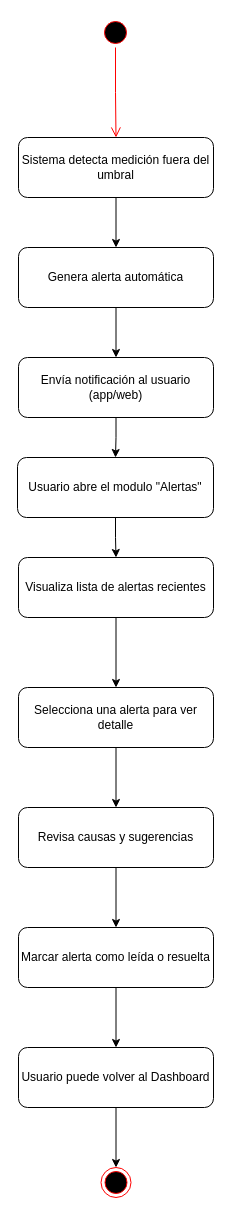
Before: Flujos de interaccion de usuario/Flujo de gestion de alertas.drawio in Juan-Cortes2045/Energy-Monitor-Documentation, a draw.io diagram. Source tidied: cells renumbered, new cells numbered last; positions are measured from the earlier drawing's top-left corner, leaving out a move shared by most shapes. Both pictures are drawn from the tidied source at 100%, with x=0, y=0 at pixel (17, 17).
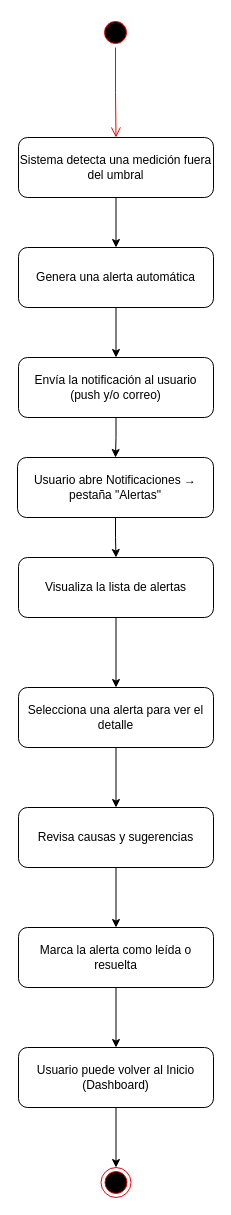
After the change.

Change to the diagram source:
```diff
@@
-    <mxCell id="5" value="Sistema detecta medición fuera del umbral" style="rounded=1;whiteSpace=wrap;html=1;" parent="1" vertex="1">
+    <mxCell id="5" value="Sistema detecta una medición fuera del umbral" style="rounded=1;whiteSpace=wrap;html=1;" parent="1" vertex="1">
       <mxGeometry x="1" y="120" width="195" height="60" as="geometry" />
     </mxCell>
@@
-    <mxCell id="7" value="Genera alerta automática" style="rounded=1;whiteSpace=wrap;html=1;" parent="1" vertex="1">
+    <mxCell id="7" value="Genera una alerta automática" style="rounded=1;whiteSpace=wrap;html=1;" parent="1" vertex="1">
       <mxGeometry x="1" y="230" width="195" height="60" as="geometry" />
     </mxCell>
@@
-    <mxCell id="9" value="Envía notificación al usuario (app/web)" style="rounded=1;whiteSpace=wrap;html=1;" parent="1" vertex="1">
+    <mxCell id="9" value="Envía la notificación al usuario (push y/o correo)" style="rounded=1;whiteSpace=wrap;html=1;" parent="1" vertex="1">
       <mxGeometry x="1" y="340" width="195" height="60" as="geometry" />
     </mxCell>
@@
-    <mxCell id="11" value="Usuario abre el modulo &quot;Alertas&quot;" style="rounded=1;whiteSpace=wrap;html=1;" parent="1" vertex="1">
+    <mxCell id="11" value="Usuario abre Notificaciones → pestaña &quot;Alertas&quot;" style="rounded=1;whiteSpace=wrap;html=1;" parent="1" vertex="1">
       <mxGeometry y="440" width="196" height="60" as="geometry" />
     </mxCell>
@@
-    <mxCell id="13" value="Visualiza lista de alertas recientes" style="rounded=1;whiteSpace=wrap;html=1;" parent="1" vertex="1">
+    <mxCell id="13" value="Visualiza la lista de alertas" style="rounded=1;whiteSpace=wrap;html=1;" parent="1" vertex="1">
       <mxGeometry x="1" y="540" width="195" height="60" as="geometry" />
     </mxCell>
@@
-    <mxCell id="15" value="Selecciona una alerta para ver detalle" style="rounded=1;whiteSpace=wrap;html=1;" parent="1" vertex="1">
+    <mxCell id="15" value="Selecciona una alerta para ver el detalle" style="rounded=1;whiteSpace=wrap;html=1;" parent="1" vertex="1">
       <mxGeometry x="1" y="670" width="195" height="60" as="geometry" />
     </mxCell>
@@
-    <mxCell id="19" value="Marcar alerta como leída o resuelta" style="rounded=1;whiteSpace=wrap;html=1;" parent="1" vertex="1">
+    <mxCell id="19" value="Marca la alerta como leída o resuelta" style="rounded=1;whiteSpace=wrap;html=1;" parent="1" vertex="1">
       <mxGeometry x="1" y="910" width="195" height="60" as="geometry" />
     </mxCell>
@@
-    <mxCell id="21" value="Usuario puede volver al Dashboard" style="rounded=1;whiteSpace=wrap;html=1;" parent="1" vertex="1">
+    <mxCell id="21" value="Usuario puede volver al Inicio (Dashboard)" style="rounded=1;whiteSpace=wrap;html=1;" parent="1" vertex="1">
       <mxGeometry x="1" y="1030" width="195" height="60" as="geometry" />
     </mxCell>
```
